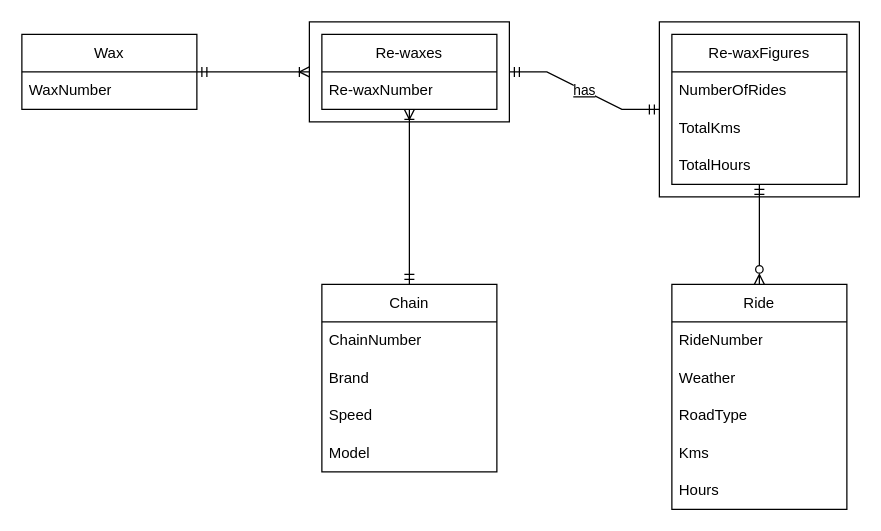
Above: design-documents/chain-wax-tracker-db-design.drawio in Prosthius/chain-wax-tracker (draw.io), before the change. Source tidied: cells renumbered, new cells numbered last; positions are measured from the earlier drawing's top-left corner, leaving out a move shared by most shapes. Both pictures are drawn from the tidied source at 125%, with x=0, y=0 at pixel (21, 21).
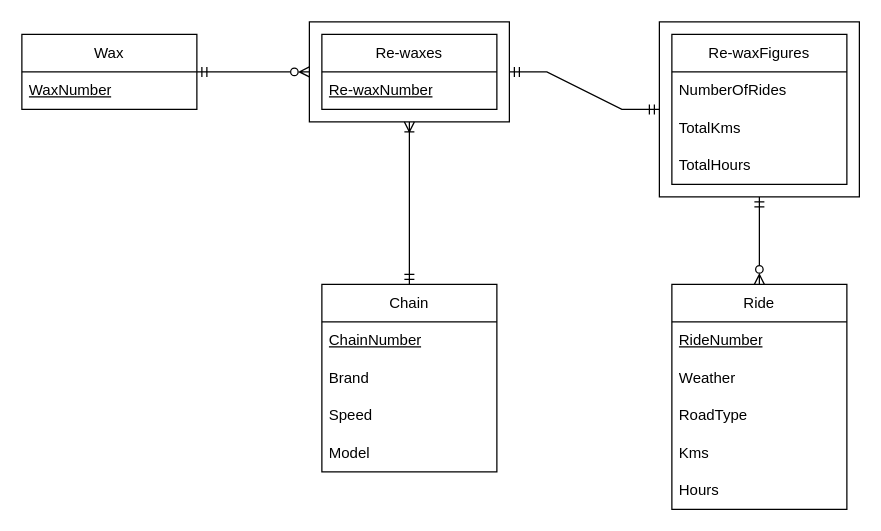
The same diagram, later.

Unchanged cells that the change refers to:
```xml
<mxCell id="2" style="rounded=0;whiteSpace=wrap;html=1;" parent="1" vertex="1">
  <mxGeometry x="510" width="160" height="140" as="geometry" />
</mxCell>
<mxCell id="3" style="rounded=0;whiteSpace=wrap;html=1;" parent="1" vertex="1">
  <mxGeometry x="230" width="160" height="80" as="geometry" />
</mxCell>
<mxCell id="4" value="Chain" style="swimlane;fontStyle=0;horizontal=1;startSize=30;whiteSpace=wrap;html=1;" parent="1" vertex="1">
  <mxGeometry x="240" y="210" width="140" height="150" as="geometry" />
</mxCell>
<mxCell id="9" value="Wax" style="swimlane;fontStyle=0;horizontal=1;startSize=30;whiteSpace=wrap;html=1;" parent="1" vertex="1">
  <mxGeometry y="10" width="140" height="60" as="geometry" />
</mxCell>
<mxCell id="11" value="Re-waxes" style="swimlane;fontStyle=0;horizontal=1;startSize=30;whiteSpace=wrap;html=1;" parent="1" vertex="1">
  <mxGeometry x="240" y="10" width="140" height="60" as="geometry" />
</mxCell>
<mxCell id="14" value="Ride" style="swimlane;fontStyle=0;horizontal=1;startSize=30;whiteSpace=wrap;html=1;" parent="1" vertex="1">
  <mxGeometry x="520" y="210" width="140" height="180" as="geometry" />
</mxCell>
<mxCell id="22" value="Re-waxFigures" style="swimlane;fontStyle=0;horizontal=1;startSize=30;whiteSpace=wrap;html=1;" parent="1" vertex="1">
  <mxGeometry x="520" y="10" width="140" height="120" as="geometry" />
</mxCell>
<mxCell id="26" style="fontSize=12;html=1;endArrow=ERmandOne;startArrow=ERmandOne;rounded=0;edgeStyle=entityRelationEdgeStyle;endFill=0;exitX=1;exitY=0.5;exitDx=0;exitDy=0;entryX=0;entryY=0.5;entryDx=0;entryDy=0;" parent="1" edge="1" source="3" target="2">
  <mxGeometry relative="1" as="geometry" />
</mxCell>
```

Diff of the diagram source:
```diff
@@
-    <mxCell id="5" value="ChainNumber" style="text;strokeColor=none;fillColor=none;align=left;verticalAlign=middle;spacingLeft=4;spacingRight=4;overflow=hidden;whiteSpace=wrap;html=1;" parent="4" vertex="1">
+    <mxCell id="5" value="&lt;u&gt;ChainNumber&lt;/u&gt;" style="text;strokeColor=none;fillColor=none;align=left;verticalAlign=middle;spacingLeft=4;spacingRight=4;overflow=hidden;whiteSpace=wrap;html=1;" parent="4" vertex="1">
       <mxGeometry y="30" width="140" height="30" as="geometry" />
     </mxCell>
@@
-    <mxCell id="10" value="WaxNumber" style="text;strokeColor=none;fillColor=none;align=left;verticalAlign=middle;spacingLeft=4;spacingRight=4;overflow=hidden;whiteSpace=wrap;html=1;" parent="9" vertex="1">
+    <mxCell id="10" value="&lt;u&gt;WaxNumber&lt;/u&gt;" style="text;strokeColor=none;fillColor=none;align=left;verticalAlign=middle;spacingLeft=4;spacingRight=4;overflow=hidden;whiteSpace=wrap;html=1;" parent="9" vertex="1">
       <mxGeometry y="30" width="140" height="30" as="geometry" />
     </mxCell>
@@
-    <mxCell id="12" value="Re-waxNumber" style="text;strokeColor=none;fillColor=none;align=left;verticalAlign=middle;spacingLeft=4;spacingRight=4;overflow=hidden;whiteSpace=wrap;html=1;" parent="11" vertex="1">
+    <mxCell id="12" value="&lt;u&gt;Re-waxNumber&lt;/u&gt;" style="text;strokeColor=none;fillColor=none;align=left;verticalAlign=middle;spacingLeft=4;spacingRight=4;overflow=hidden;whiteSpace=wrap;html=1;" parent="11" vertex="1">
       <mxGeometry y="30" width="140" height="30" as="geometry" />
     </mxCell>
-    <mxCell id="13" style="fontSize=12;html=1;endArrow=ERoneToMany;startArrow=ERmandOne;rounded=0;exitX=0.5;exitY=0;exitDx=0;exitDy=0;" parent="1" edge="1" source="4" target="11">
+    <mxCell id="13" style="fontSize=12;html=1;endArrow=ERoneToMany;startArrow=ERmandOne;rounded=0;exitX=0.5;exitY=0;exitDx=0;exitDy=0;entryX=0.5;entryY=1;entryDx=0;entryDy=0;" parent="1" edge="1" source="4" target="3">
       <mxGeometry relative="1" as="geometry" />
     </mxCell>
@@
-    <mxCell id="15" value="RideNumber" style="text;strokeColor=none;fillColor=none;align=left;verticalAlign=middle;spacingLeft=4;spacingRight=4;overflow=hidden;whiteSpace=wrap;html=1;" parent="14" vertex="1">
+    <mxCell id="15" value="&lt;u&gt;RideNumber&lt;/u&gt;" style="text;strokeColor=none;fillColor=none;align=left;verticalAlign=middle;spacingLeft=4;spacingRight=4;overflow=hidden;whiteSpace=wrap;html=1;" parent="14" vertex="1">
       <mxGeometry y="30" width="140" height="30" as="geometry" />
     </mxCell>
@@
-    <mxCell id="20" style="fontSize=12;html=1;endArrow=ERoneToMany;startArrow=ERmandOne;rounded=0;entryX=0;entryY=0.5;entryDx=0;entryDy=0;exitX=1;exitY=0.5;exitDx=0;exitDy=0;edgeStyle=entityRelationEdgeStyle;" parent="1" edge="1" source="9" target="3">
+    <mxCell id="20" style="fontSize=12;html=1;endArrow=ERzeroToMany;startArrow=ERmandOne;rounded=0;entryX=0;entryY=0.5;entryDx=0;entryDy=0;exitX=1;exitY=0.5;exitDx=0;exitDy=0;edgeStyle=entityRelationEdgeStyle;endFill=0;" parent="1" edge="1" source="9" target="3">
       <mxGeometry relative="1" as="geometry" />
     </mxCell>
-    <mxCell id="21" style="fontSize=12;html=1;endArrow=ERzeroToMany;startArrow=ERmandOne;rounded=0;endFill=0;" parent="1" edge="1" source="22" target="14">
+    <mxCell id="21" style="fontSize=12;html=1;endArrow=ERzeroToMany;startArrow=ERmandOne;rounded=0;endFill=0;exitX=0.5;exitY=1;exitDx=0;exitDy=0;" parent="1" edge="1" source="2" target="14">
       <mxGeometry relative="1" as="geometry" />
     </mxCell>
@@
-    <mxCell id="27" value="&lt;u&gt;has&lt;/u&gt;" style="edgeLabel;html=1;align=center;verticalAlign=middle;" parent="26" vertex="1">
-      <mxGeometry x="-0.01" relative="1" as="geometry" />
-    </mxCell>
```
